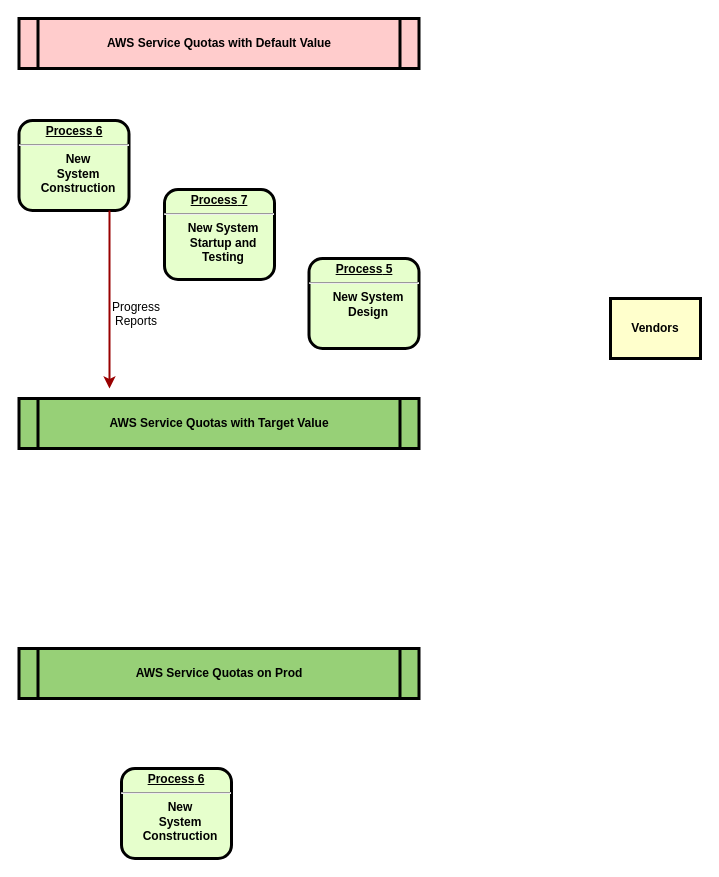
wangpengming/drawio keeps this draw.io diagram as AWS_Quota_Collection_Flow.drawio. Above is the earlier version. Source tidied: cells renumbered, new cells numbered last; positions are measured from the earlier drawing's top-left corner, leaving out a move shared by most shapes. Both pictures are drawn from the tidied source at 100%, with x=0, y=0 at pixel (18, 18).
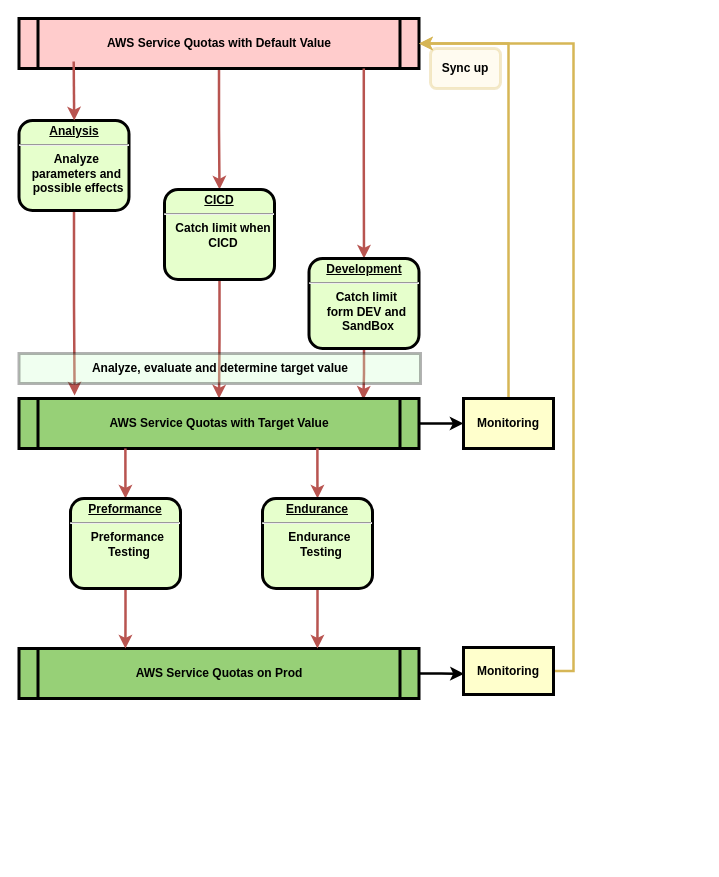
Above is the later version.

The change refers to these unchanged cells:
```xml
<mxCell id="2" value="AWS Service Quotas with Default Value" style="shape=process;whiteSpace=wrap;align=center;verticalAlign=middle;size=0.0475;fontStyle=1;strokeWidth=3;fillColor=#FFCCCC;" parent="1" vertex="1">
  <mxGeometry x="0.5" width="400" height="50" as="geometry" />
</mxCell>
<mxCell id="9" value="AWS Service Quotas with Target Value" style="shape=process;whiteSpace=wrap;align=center;verticalAlign=middle;size=0.0475;fontStyle=1;strokeWidth=3;fillColor=#97D077;" parent="1" vertex="1">
  <mxGeometry x="0.5" y="380" width="400" height="50" as="geometry" />
</mxCell>
<mxCell id="10" value="AWS Service Quotas on Prod" style="shape=process;whiteSpace=wrap;align=center;verticalAlign=middle;size=0.0475;fontStyle=1;strokeWidth=3;fillColor=#97D077;" parent="1" vertex="1">
  <mxGeometry x="0.5" y="630" width="400" height="50" as="geometry" />
</mxCell>
```

The edit, as a diff of the source:
```diff
@@
+    <mxCell id="12" style="edgeStyle=orthogonalEdgeStyle;rounded=0;jumpSize=6;jettySize=auto;html=1;exitX=0.5;exitY=1;exitDx=0;exitDy=0;entryX=0.5;entryY=0;entryDx=0;entryDy=0;strokeWidth=2.5;fillColor=#f8cecc;strokeColor=#b85450;" parent="1" edge="1" source="2" target="6">
+      <mxGeometry relative="1" as="geometry" />
+    </mxCell>
@@
+    <mxCell id="13" style="edgeStyle=orthogonalEdgeStyle;rounded=0;jettySize=auto;html=1;exitX=0.5;exitY=1;exitDx=0;exitDy=0;entryX=0.861;entryY=0.023;entryDx=0;entryDy=0;entryPerimeter=0;strokeWidth=2.5;fillColor=#f8cecc;strokeColor=#b85450;" parent="1" edge="1" source="3" target="9">
+      <mxGeometry relative="1" as="geometry" />
+    </mxCell>
+    <mxCell id="14" style="edgeStyle=orthogonalEdgeStyle;rounded=0;jumpSize=6;jettySize=auto;html=1;exitX=0.862;exitY=1;exitDx=0;exitDy=0;entryX=0.5;entryY=0;entryDx=0;entryDy=0;strokeWidth=2.5;exitPerimeter=0;fillColor=#f8cecc;strokeColor=#b85450;" parent="1" edge="1" source="2" target="3">
+      <mxGeometry relative="1" as="geometry" />
+    </mxCell>
-    <mxCell id="3" value="&lt;p style=&quot;margin: 0px; margin-top: 4px; text-align: center; text-decoration: underline;&quot;&gt;&lt;strong&gt;&lt;strong&gt;Process&lt;/strong&gt; 5&lt;br /&gt;&lt;/strong&gt;&lt;/p&gt;&lt;hr /&gt;&lt;p style=&quot;margin: 0px; margin-left: 8px;&quot;&gt;New System&lt;/p&gt;&lt;p style=&quot;margin: 0px; margin-left: 8px;&quot;&gt;Design&lt;/p&gt;" style="verticalAlign=middle;align=center;overflow=fill;fontSize=12;fontFamily=Helvetica;html=1;rounded=1;fontStyle=1;strokeWidth=3;fillColor=#E6FFCC;" parent="1" vertex="1">
+    <mxCell id="3" value="&lt;p style=&quot;margin: 0px; margin-top: 4px; text-align: center; text-decoration: underline;&quot;&gt;&lt;strong&gt;Development&lt;/strong&gt;&lt;/p&gt;&lt;hr&gt;&lt;p style=&quot;margin: 0px; margin-left: 8px;&quot;&gt;Catch limit&amp;nbsp;&lt;/p&gt;&lt;p style=&quot;margin: 0px; margin-left: 8px;&quot;&gt;form&amp;nbsp;&lt;span style=&quot;background-color: initial;&quot;&gt;DEV and&amp;nbsp;&lt;/span&gt;&lt;/p&gt;&lt;p style=&quot;margin: 0px; margin-left: 8px;&quot;&gt;&lt;span style=&quot;background-color: initial;&quot;&gt;SandBox&lt;/span&gt;&lt;/p&gt;" style="verticalAlign=middle;align=center;overflow=fill;fontSize=12;fontFamily=Helvetica;html=1;rounded=1;fontStyle=1;strokeWidth=3;fillColor=#E6FFCC;" parent="1" vertex="1">
       <mxGeometry x="290.5" y="240" width="110" height="90" as="geometry" />
     </mxCell>
+    <mxCell id="15" style="edgeStyle=orthogonalEdgeStyle;rounded=0;jettySize=auto;html=1;exitX=0.5;exitY=1;exitDx=0;exitDy=0;entryX=0.139;entryY=-0.06;entryDx=0;entryDy=0;entryPerimeter=0;strokeWidth=2.5;fillColor=#f8cecc;strokeColor=#b85450;" parent="1" edge="1" source="4" target="9">
+      <mxGeometry relative="1" as="geometry" />
+    </mxCell>
-    <mxCell id="4" value="&lt;p style=&quot;margin: 0px; margin-top: 4px; text-align: center; text-decoration: underline;&quot;&gt;&lt;strong&gt;&lt;strong&gt;Process&lt;/strong&gt; 6&lt;br /&gt;&lt;/strong&gt;&lt;/p&gt;&lt;hr /&gt;&lt;p style=&quot;margin: 0px; margin-left: 8px;&quot;&gt;New&lt;/p&gt;&lt;p style=&quot;margin: 0px; margin-left: 8px;&quot;&gt;System&lt;/p&gt;&lt;p style=&quot;margin: 0px; margin-left: 8px;&quot;&gt;Construction&lt;/p&gt;" style="verticalAlign=middle;align=center;overflow=fill;fontSize=12;fontFamily=Helvetica;html=1;rounded=1;fontStyle=1;strokeWidth=3;fillColor=#E6FFCC;" parent="1" vertex="1">
+    <mxCell id="4" value="&lt;p style=&quot;margin: 0px; margin-top: 4px; text-align: center; text-decoration: underline;&quot;&gt;&lt;strong&gt;Analysis&lt;/strong&gt;&lt;/p&gt;&lt;hr&gt;&lt;p style=&quot;margin: 0px; margin-left: 8px;&quot;&gt;Analyze&amp;nbsp;&lt;/p&gt;&lt;p style=&quot;margin: 0px; margin-left: 8px;&quot;&gt;parameters and&amp;nbsp;&lt;/p&gt;&lt;p style=&quot;margin: 0px; margin-left: 8px;&quot;&gt;possible effects&lt;br&gt;&lt;/p&gt;" style="verticalAlign=middle;align=center;overflow=fill;fontSize=12;fontFamily=Helvetica;html=1;rounded=1;fontStyle=1;strokeWidth=3;fillColor=#E6FFCC;" parent="1" vertex="1">
       <mxGeometry x="0.5" y="102" width="110" height="90" as="geometry" />
     </mxCell>
+    <mxCell id="16" style="edgeStyle=orthogonalEdgeStyle;rounded=0;jumpSize=6;jettySize=auto;html=1;exitX=0.5;exitY=0;exitDx=0;exitDy=0;entryX=1;entryY=0.5;entryDx=0;entryDy=0;strokeWidth=2.5;fillColor=#fff2cc;strokeColor=#d6b656;" parent="1" edge="1" source="5" target="2">
+      <mxGeometry relative="1" as="geometry" />
+    </mxCell>
-    <mxCell id="5" value="Vendors" style="whiteSpace=wrap;align=center;verticalAlign=middle;fontStyle=1;strokeWidth=3;fillColor=#FFFFCC;" parent="1" vertex="1">
-      <mxGeometry x="592" y="280" width="90" height="60" as="geometry" />
+    <mxCell id="5" value="Monitoring" style="whiteSpace=wrap;align=center;verticalAlign=middle;fontStyle=1;strokeWidth=3;fillColor=#FFFFCC;" parent="1" vertex="1">
+      <mxGeometry x="445" y="380" width="90" height="50" as="geometry" />
     </mxCell>
+    <mxCell id="17" style="edgeStyle=orthogonalEdgeStyle;rounded=0;jettySize=auto;html=1;exitX=0.5;exitY=1;exitDx=0;exitDy=0;entryX=0.5;entryY=0;entryDx=0;entryDy=0;strokeWidth=2.5;fillColor=#f8cecc;strokeColor=#b85450;" parent="1" edge="1" source="6" target="9">
+      <mxGeometry relative="1" as="geometry" />
+    </mxCell>
-    <mxCell id="6" value="&lt;p style=&quot;margin: 0px; margin-top: 4px; text-align: center; text-decoration: underline;&quot;&gt;&lt;strong&gt;&lt;strong&gt;Process&lt;/strong&gt; 7&lt;br /&gt;&lt;/strong&gt;&lt;/p&gt;&lt;hr /&gt;&lt;p style=&quot;margin: 0px; margin-left: 8px;&quot;&gt;New System&lt;/p&gt;&lt;p style=&quot;margin: 0px; margin-left: 8px;&quot;&gt;Startup and&lt;/p&gt;&lt;p style=&quot;margin: 0px; margin-left: 8px;&quot;&gt;Testing&lt;/p&gt;" style="verticalAlign=middle;align=center;overflow=fill;fontSize=12;fontFamily=Helvetica;html=1;rounded=1;fontStyle=1;strokeWidth=3;fillColor=#E6FFCC;" parent="1" vertex="1">
+    <mxCell id="6" value="&lt;p style=&quot;margin: 0px; margin-top: 4px; text-align: center; text-decoration: underline;&quot;&gt;&lt;strong&gt;CICD&lt;/strong&gt;&lt;/p&gt;&lt;hr&gt;&lt;p style=&quot;margin: 0px; margin-left: 8px;&quot;&gt;Catch limit when&lt;/p&gt;&lt;p style=&quot;margin: 0px; margin-left: 8px;&quot;&gt;CICD&lt;/p&gt;" style="verticalAlign=middle;align=center;overflow=fill;fontSize=12;fontFamily=Helvetica;html=1;rounded=1;fontStyle=1;strokeWidth=3;fillColor=#E6FFCC;" parent="1" vertex="1">
       <mxGeometry x="146" y="171" width="110" height="90" as="geometry" />
     </mxCell>
-    <mxCell id="7" style="edgeStyle=elbowEdgeStyle;elbow=horizontal;strokeColor=#990000;strokeWidth=2;" parent="1" edge="1" source="4">
-      <mxGeometry relative="1" as="geometry">
-        <mxPoint x="91" y="370" as="targetPoint" />
-        <Array as="points">
-          <mxPoint x="91" y="260" />
-        </Array>
-      </mxGeometry>
-    </mxCell>
-    <mxCell id="8" value="Progress&#10;Reports" style="text;spacingTop=-5;align=center;" parent="1" vertex="1">
-      <mxGeometry x="103" y="280" width="30" height="20" as="geometry" />
-    </mxCell>
+    <mxCell id="18" style="edgeStyle=orthogonalEdgeStyle;rounded=0;jumpSize=6;jettySize=auto;html=1;exitX=1;exitY=0.5;exitDx=0;exitDy=0;entryX=0;entryY=0.5;entryDx=0;entryDy=0;strokeWidth=2.5;" parent="1" edge="1" source="9" target="5">
+      <mxGeometry relative="1" as="geometry" />
+    </mxCell>
@@
+    <mxCell id="19" style="edgeStyle=orthogonalEdgeStyle;rounded=0;jumpSize=6;jettySize=auto;html=1;exitX=1;exitY=0.5;exitDx=0;exitDy=0;entryX=0.004;entryY=0.56;entryDx=0;entryDy=0;entryPerimeter=0;strokeWidth=2.5;" parent="1" edge="1" source="10" target="28">
+      <mxGeometry relative="1" as="geometry" />
+    </mxCell>
@@
+    <mxCell id="20" style="edgeStyle=orthogonalEdgeStyle;rounded=0;jumpSize=6;jettySize=auto;html=1;exitX=0.5;exitY=1;exitDx=0;exitDy=0;entryX=0.266;entryY=0;entryDx=0;entryDy=0;entryPerimeter=0;strokeWidth=2.5;fillColor=#f8cecc;strokeColor=#b85450;" parent="1" edge="1" source="11" target="10">
+      <mxGeometry relative="1" as="geometry" />
+    </mxCell>
+    <mxCell id="21" style="edgeStyle=orthogonalEdgeStyle;rounded=0;jumpSize=6;jettySize=auto;html=1;exitX=0.266;exitY=1;exitDx=0;exitDy=0;entryX=0.5;entryY=0;entryDx=0;entryDy=0;strokeWidth=2.5;fillColor=#f8cecc;strokeColor=#b85450;exitPerimeter=0;" parent="1" edge="1" source="9" target="11">
+      <mxGeometry relative="1" as="geometry" />
+    </mxCell>
-    <mxCell id="11" value="&lt;p style=&quot;margin: 0px; margin-top: 4px; text-align: center; text-decoration: underline;&quot;&gt;&lt;strong&gt;&lt;strong&gt;Process&lt;/strong&gt; 6&lt;br /&gt;&lt;/strong&gt;&lt;/p&gt;&lt;hr /&gt;&lt;p style=&quot;margin: 0px; margin-left: 8px;&quot;&gt;New&lt;/p&gt;&lt;p style=&quot;margin: 0px; margin-left: 8px;&quot;&gt;System&lt;/p&gt;&lt;p style=&quot;margin: 0px; margin-left: 8px;&quot;&gt;Construction&lt;/p&gt;" style="verticalAlign=middle;align=center;overflow=fill;fontSize=12;fontFamily=Helvetica;html=1;rounded=1;fontStyle=1;strokeWidth=3;fillColor=#E6FFCC;" parent="1" vertex="1">
-      <mxGeometry x="103" y="750" width="110" height="90" as="geometry" />
+    <mxCell id="11" value="&lt;p style=&quot;margin: 0px; margin-top: 4px; text-align: center; text-decoration: underline;&quot;&gt;Preformance&lt;/p&gt;&lt;hr&gt;&lt;p style=&quot;margin: 0px; margin-left: 8px;&quot;&gt;Preformance&amp;nbsp;&lt;/p&gt;&lt;p style=&quot;margin: 0px; margin-left: 8px;&quot;&gt;Testing&lt;/p&gt;" style="verticalAlign=middle;align=center;overflow=fill;fontSize=12;fontFamily=Helvetica;html=1;rounded=1;fontStyle=1;strokeWidth=3;fillColor=#E6FFCC;" parent="1" vertex="1">
+      <mxGeometry x="52" y="480" width="110" height="90" as="geometry" />
     </mxCell>
+    <mxCell id="22" style="edgeStyle=orthogonalEdgeStyle;rounded=0;orthogonalLoop=1;jettySize=auto;html=1;entryX=0.5;entryY=0;entryDx=0;entryDy=0;strokeWidth=2.5;fillColor=#f8cecc;strokeColor=#b85450;jumpSize=6;" parent="1" edge="1">
+      <mxGeometry relative="1" as="geometry">
+        <mxPoint x="55.2" y="43" as="sourcePoint" />
+        <mxPoint x="55.7" y="102" as="targetPoint" />
+        <Array as="points">
+          <mxPoint x="56.2" y="43" />
+        </Array>
+      </mxGeometry>
+    </mxCell>
+    <mxCell id="23" value="Analyze, evaluate and determine target value" style="rounded=0;whiteSpace=wrap;html=1;fillColor=#CCFFCC;strokeWidth=3;opacity=30;fontStyle=1;" parent="1" vertex="1">
+      <mxGeometry x="0.5" y="335" width="401.5" height="30" as="geometry" />
+    </mxCell>
+    <mxCell id="24" style="edgeStyle=orthogonalEdgeStyle;rounded=0;jumpSize=6;jettySize=auto;html=1;exitX=0.5;exitY=1;exitDx=0;exitDy=0;entryX=0.746;entryY=0;entryDx=0;entryDy=0;entryPerimeter=0;strokeWidth=2.5;fillColor=#f8cecc;strokeColor=#b85450;" parent="1" edge="1" source="26" target="10">
+      <mxGeometry relative="1" as="geometry" />
+    </mxCell>
+    <mxCell id="25" style="edgeStyle=orthogonalEdgeStyle;rounded=0;jumpSize=6;jettySize=auto;html=1;exitX=0.746;exitY=1;exitDx=0;exitDy=0;entryX=0.5;entryY=0;entryDx=0;entryDy=0;strokeWidth=2.5;fillColor=#f8cecc;strokeColor=#b85450;exitPerimeter=0;" parent="1" edge="1" source="9" target="26">
+      <mxGeometry relative="1" as="geometry" />
+    </mxCell>
+    <mxCell id="26" value="&lt;p style=&quot;margin: 4px 0px 0px; text-align: center;&quot;&gt;&lt;u&gt;Endurance&lt;/u&gt;&lt;br&gt;&lt;/p&gt;&lt;hr&gt;&lt;p style=&quot;margin: 0px; margin-left: 8px;&quot;&gt;Endurance&amp;nbsp;&lt;br&gt;&lt;/p&gt;&lt;p style=&quot;margin: 0px; margin-left: 8px;&quot;&gt;Testing&lt;/p&gt;" style="verticalAlign=middle;align=center;overflow=fill;fontSize=12;fontFamily=Helvetica;html=1;rounded=1;fontStyle=1;strokeWidth=3;fillColor=#E6FFCC;" parent="1" vertex="1">
+      <mxGeometry x="244" y="480" width="110" height="90" as="geometry" />
+    </mxCell>
+    <mxCell id="27" style="edgeStyle=orthogonalEdgeStyle;rounded=0;jumpSize=6;jettySize=auto;html=1;exitX=1;exitY=0.5;exitDx=0;exitDy=0;entryX=1;entryY=0.5;entryDx=0;entryDy=0;strokeWidth=2.5;fillColor=#fff2cc;strokeColor=#d6b656;" parent="1" edge="1" source="28" target="2">
+      <mxGeometry relative="1" as="geometry" />
+    </mxCell>
+    <mxCell id="28" value="Monitoring" style="whiteSpace=wrap;align=center;verticalAlign=middle;fontStyle=1;strokeWidth=3;fillColor=#FFFFCC;" parent="1" vertex="1">
+      <mxGeometry x="445" y="629" width="90" height="47" as="geometry" />
+    </mxCell>
+    <mxCell id="29" value="&lt;b&gt;Sync up&lt;/b&gt;" style="rounded=1;whiteSpace=wrap;html=1;strokeWidth=3;fillColor=#fff2cc;opacity=30;strokeColor=#d6b656;" parent="1" vertex="1">
+      <mxGeometry x="412" y="30" width="70" height="40" as="geometry" />
+    </mxCell>
```
